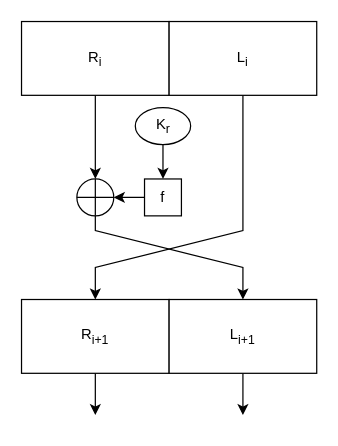
mvineetmenon/DrawIO keeps this draw.io diagram as Fiestel Network.drawio. Above is the earlier version. Source tidied: cells renumbered, new cells numbered last; positions are measured from the earlier drawing's top-left corner, leaving out a move shared by most shapes. Both pictures are drawn from the tidied source at 123%, with x=0, y=0 at pixel (21, 21).
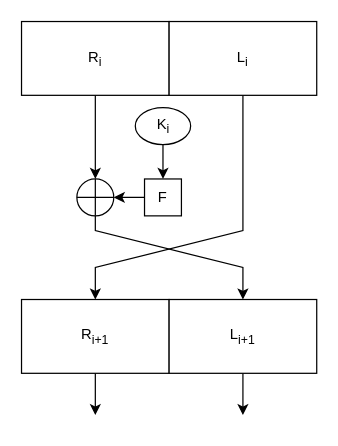
The same diagram, later.

Change to the diagram source:
```diff
@@
-    <mxCell id="9" value="f" style="whiteSpace=wrap;html=1;" parent="1" vertex="1">
+    <mxCell id="9" value="F" style="whiteSpace=wrap;html=1;" parent="1" vertex="1">
       <mxGeometry x="100" y="128" width="30" height="30" as="geometry" />
     </mxCell>
@@
-    <mxCell id="11" value="K&lt;sub&gt;r&lt;/sub&gt;" style="ellipse;whiteSpace=wrap;html=1;" parent="1" vertex="1">
+    <mxCell id="11" value="K&lt;sub&gt;i&lt;/sub&gt;" style="ellipse;whiteSpace=wrap;html=1;" parent="1" vertex="1">
       <mxGeometry x="92.5" y="70" width="45" height="30" as="geometry" />
     </mxCell>
```
